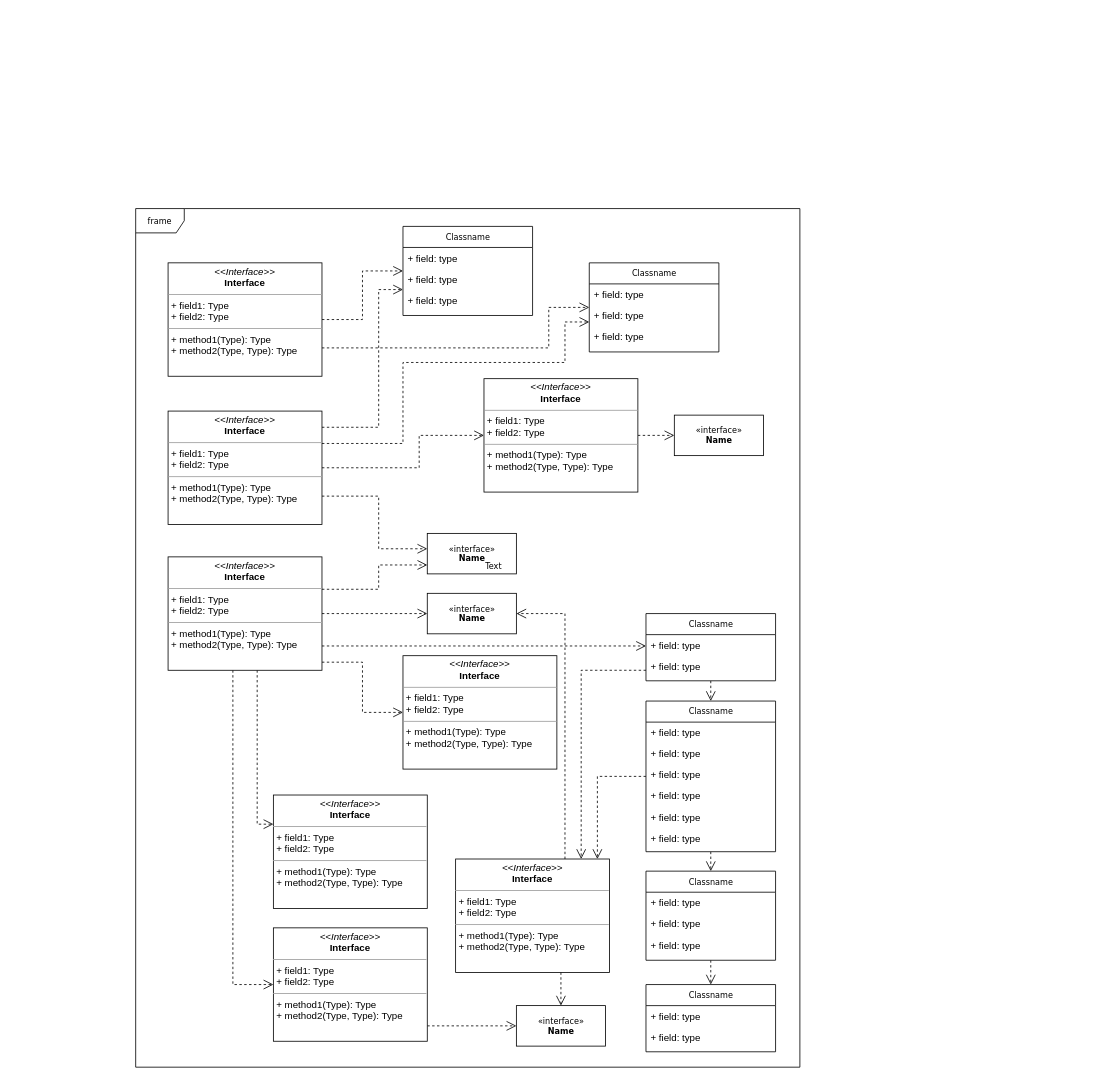
The draw.io diagram linux-kernel/tcp/Untitled Diagram.drawio in byrcoder/essay, before the edit. Source tidied: cells renumbered, new cells numbered last; positions are measured from the earlier drawing's top-left corner, leaving out a move shared by most shapes. Both pictures are drawn from the tidied source at 81%, with x=0, y=0 at pixel (135, 208).
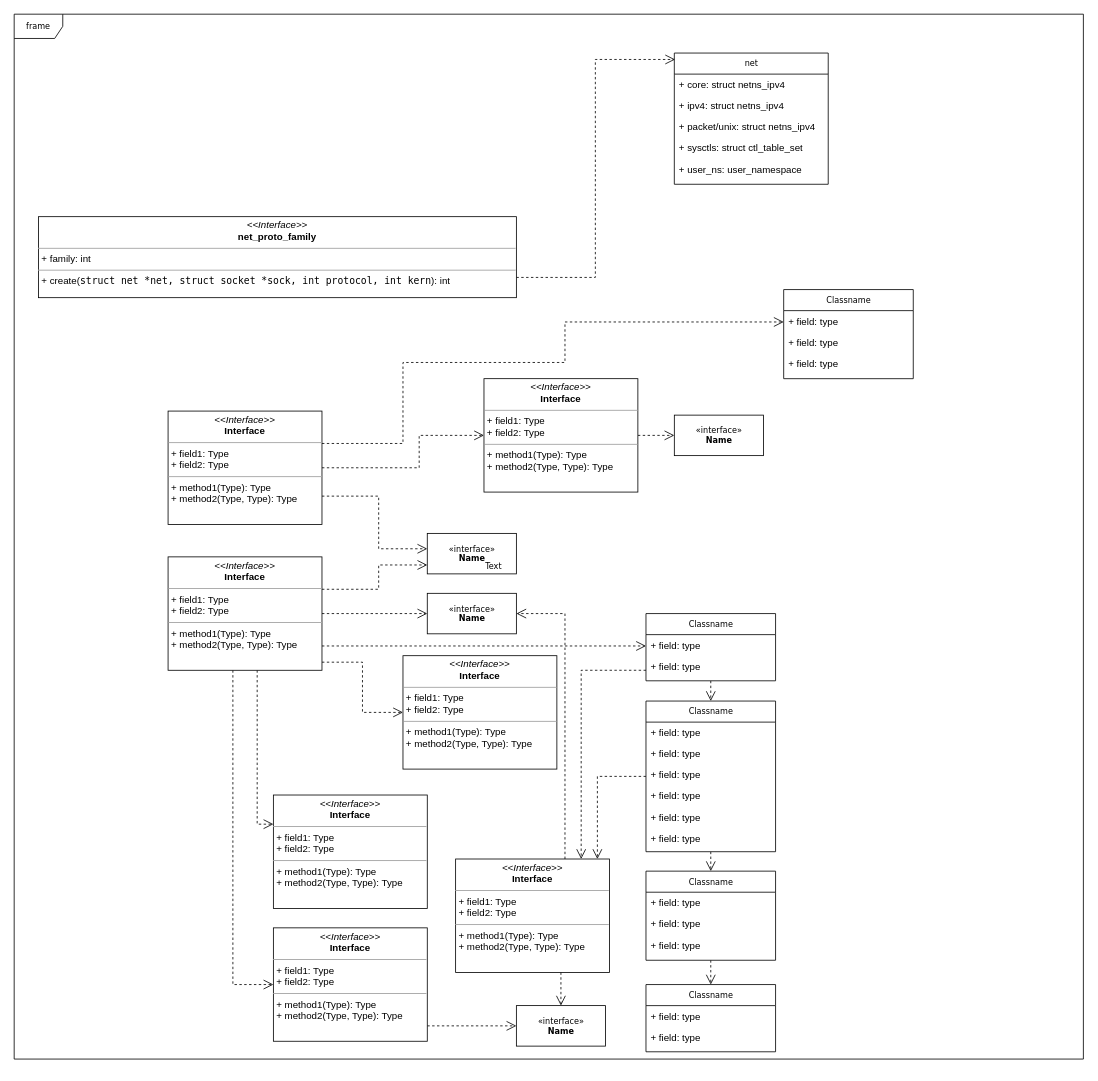
After the change.

Unchanged cells that the change refers to:
```xml
<mxCell id="53" value="&lt;p style=&quot;margin:0px;margin-top:4px;text-align:center;&quot;&gt;&lt;i&gt;&amp;lt;&amp;lt;Interface&amp;gt;&amp;gt;&lt;/i&gt;&lt;br/&gt;&lt;b&gt;Interface&lt;/b&gt;&lt;/p&gt;&lt;hr size=&quot;1&quot;/&gt;&lt;p style=&quot;margin:0px;margin-left:4px;&quot;&gt;+ field1: Type&lt;br/&gt;+ field2: Type&lt;/p&gt;&lt;hr size=&quot;1&quot;/&gt;&lt;p style=&quot;margin:0px;margin-left:4px;&quot;&gt;+ method1(Type): Type&lt;br/&gt;+ method2(Type, Type): Type&lt;/p&gt;" style="verticalAlign=top;align=left;overflow=fill;fontSize=12;fontFamily=Helvetica;html=1;rounded=0;shadow=0;comic=0;labelBackgroundColor=none;strokeWidth=1;" parent="1" vertex="1">
  <mxGeometry x="40" y="250" width="190" height="140" as="geometry" />
</mxCell>
```

Diff of the diagram source:
```diff
@@
-    <mxCell id="2" value="frame" style="shape=umlFrame;whiteSpace=wrap;html=1;rounded=0;shadow=0;comic=0;labelBackgroundColor=none;strokeWidth=1;fontFamily=Verdana;fontSize=10;align=center;" parent="1" vertex="1">
-      <mxGeometry width="820" height="1060" as="geometry" />
+    <mxCell id="2" value="frame" style="shape=umlFrame;whiteSpace=wrap;html=1;rounded=0;shadow=0;comic=0;labelBackgroundColor=none;strokeWidth=1;fontFamily=Verdana;fontSize=10;align=center;gradientColor=none;fillColor=default;" parent="1" vertex="1">
+      <mxGeometry x="-150" y="-240" width="1320" height="1290" as="geometry" />
     </mxCell>
@@
-    <mxCell id="12" value="Classname" style="swimlane;html=1;fontStyle=0;horizontal=1;startSize=26;fillColor=none;swimlaneFillColor=#ffffff;rounded=0;shadow=0;comic=0;labelBackgroundColor=none;strokeWidth=1;fontFamily=Verdana;fontSize=10;align=center;" parent="1" vertex="1">
-      <mxGeometry x="330" y="22" width="160" height="110" as="geometry" />
+    <mxCell id="12" value="net" style="swimlane;html=1;fontStyle=0;horizontal=1;startSize=26;fillColor=none;swimlaneFillColor=#ffffff;rounded=0;shadow=0;comic=0;labelBackgroundColor=none;strokeWidth=1;fontFamily=Verdana;fontSize=10;align=center;" parent="1" vertex="1">
+      <mxGeometry x="665" y="-192" width="190" height="162" as="geometry" />
     </mxCell>
-    <mxCell id="13" value="+ field: type" style="text;html=1;strokeColor=none;fillColor=none;align=left;verticalAlign=top;spacingLeft=4;spacingRight=4;whiteSpace=wrap;overflow=hidden;" parent="12" vertex="1">
-      <mxGeometry y="26" width="160" height="26" as="geometry" />
+    <mxCell id="13" value="+ core:&amp;nbsp;struct netns_ipv4&lt;br&gt;&lt;br&gt;&lt;br&gt;&lt;br&gt;&lt;br&gt;" style="text;html=1;strokeColor=none;fillColor=none;align=left;verticalAlign=top;spacingLeft=4;spacingRight=4;whiteSpace=wrap;overflow=hidden;" parent="12" vertex="1">
+      <mxGeometry y="26" width="190" height="26" as="geometry" />
     </mxCell>
+    <mxCell id="62" value="+ ipv4:&amp;nbsp;struct netns_ipv4&lt;br&gt;&lt;br&gt;&lt;br&gt;&lt;br&gt;&lt;br&gt;&lt;br&gt;" style="text;html=1;strokeColor=none;fillColor=none;align=left;verticalAlign=top;spacingLeft=4;spacingRight=4;whiteSpace=wrap;overflow=hidden;" parent="12" vertex="1">
+      <mxGeometry y="52" width="190" height="26" as="geometry" />
+    </mxCell>
+    <mxCell id="63" value="+ packet/unix:&amp;nbsp;struct netns_ipv4&lt;br&gt;&lt;br&gt;&lt;br&gt;&lt;br&gt;&lt;br&gt;" style="text;html=1;strokeColor=none;fillColor=none;align=left;verticalAlign=top;spacingLeft=4;spacingRight=4;whiteSpace=wrap;overflow=hidden;" parent="12" vertex="1">
+      <mxGeometry y="78" width="190" height="26" as="geometry" />
+    </mxCell>
-    <mxCell id="14" value="+ field: type" style="text;html=1;strokeColor=none;fillColor=none;align=left;verticalAlign=top;spacingLeft=4;spacingRight=4;whiteSpace=wrap;overflow=hidden;" parent="12" vertex="1">
-      <mxGeometry y="52" width="160" height="26" as="geometry" />
+    <mxCell id="14" value="+ sysctls:&amp;nbsp;struct ctl_table_set" style="text;html=1;strokeColor=none;fillColor=none;align=left;verticalAlign=top;spacingLeft=4;spacingRight=4;whiteSpace=wrap;overflow=hidden;" parent="12" vertex="1">
+      <mxGeometry y="104" width="190" height="26" as="geometry" />
     </mxCell>
-    <mxCell id="15" value="+ field: type" style="text;html=1;strokeColor=none;fillColor=none;align=left;verticalAlign=top;spacingLeft=4;spacingRight=4;whiteSpace=wrap;overflow=hidden;" parent="12" vertex="1">
-      <mxGeometry y="78" width="160" height="26" as="geometry" />
+    <mxCell id="15" value="+ user_ns:&amp;nbsp;user_namespace" style="text;html=1;strokeColor=none;fillColor=none;align=left;verticalAlign=top;spacingLeft=4;spacingRight=4;whiteSpace=wrap;overflow=hidden;" parent="12" vertex="1">
+      <mxGeometry y="130" width="190" height="26" as="geometry" />
     </mxCell>
     <mxCell id="16" value="Classname" style="swimlane;html=1;fontStyle=0;horizontal=1;startSize=26;fillColor=none;swimlaneFillColor=#ffffff;rounded=0;shadow=0;comic=0;labelBackgroundColor=none;strokeWidth=1;fontFamily=Verdana;fontSize=10;align=center;" parent="1" vertex="1">
-      <mxGeometry x="560" y="67" width="160" height="110" as="geometry" />
+      <mxGeometry x="800" y="100" width="160" height="110" as="geometry" />
     </mxCell>
@@
-    <mxCell id="46" style="edgeStyle=orthogonalEdgeStyle;rounded=0;html=1;labelBackgroundColor=none;startFill=0;endArrow=open;endFill=0;endSize=10;fontFamily=Verdana;fontSize=10;dashed=1;" parent="1" edge="1" source="48" target="12">
+    <mxCell id="46" style="edgeStyle=orthogonalEdgeStyle;rounded=0;html=1;labelBackgroundColor=none;startFill=0;endArrow=open;endFill=0;endSize=10;fontFamily=Verdana;fontSize=10;dashed=1;exitX=1;exitY=0.75;exitDx=0;exitDy=0;entryX=0.005;entryY=0.049;entryDx=0;entryDy=0;entryPerimeter=0;" parent="1" edge="1" source="48" target="12">
       <mxGeometry relative="1" as="geometry" />
     </mxCell>
-    <mxCell id="47" style="edgeStyle=orthogonalEdgeStyle;rounded=0;html=1;exitX=1;exitY=0.75;dashed=1;labelBackgroundColor=none;startFill=0;endArrow=open;endFill=0;endSize=10;fontFamily=Verdana;fontSize=10;" parent="1" edge="1" source="48" target="16">
-      <mxGeometry relative="1" as="geometry">
-        <Array as="points">
-          <mxPoint x="510" y="172" />
-          <mxPoint x="510" y="122" />
-        </Array>
-      </mxGeometry>
-    </mxCell>
-    <mxCell id="48" value="&lt;p style=&quot;margin:0px;margin-top:4px;text-align:center;&quot;&gt;&lt;i&gt;&amp;lt;&amp;lt;Interface&amp;gt;&amp;gt;&lt;/i&gt;&lt;br/&gt;&lt;b&gt;Interface&lt;/b&gt;&lt;/p&gt;&lt;hr size=&quot;1&quot;/&gt;&lt;p style=&quot;margin:0px;margin-left:4px;&quot;&gt;+ field1: Type&lt;br/&gt;+ field2: Type&lt;/p&gt;&lt;hr size=&quot;1&quot;/&gt;&lt;p style=&quot;margin:0px;margin-left:4px;&quot;&gt;+ method1(Type): Type&lt;br/&gt;+ method2(Type, Type): Type&lt;/p&gt;" style="verticalAlign=top;align=left;overflow=fill;fontSize=12;fontFamily=Helvetica;html=1;rounded=0;shadow=0;comic=0;labelBackgroundColor=none;strokeWidth=1;" parent="1" vertex="1">
-      <mxGeometry x="40" y="67" width="190" height="140" as="geometry" />
+    <mxCell id="48" value="&lt;p style=&quot;margin: 0px ; margin-top: 4px ; text-align: center&quot;&gt;&lt;i&gt;&amp;lt;&amp;lt;Interface&amp;gt;&amp;gt;&lt;/i&gt;&lt;br&gt;&lt;b&gt;net_proto_family&lt;/b&gt;&lt;/p&gt;&lt;hr size=&quot;1&quot;&gt;&lt;p style=&quot;margin: 0px ; margin-left: 4px&quot;&gt;+ family: int&lt;br&gt;&lt;/p&gt;&lt;hr size=&quot;1&quot;&gt;&lt;p style=&quot;margin: 0px ; margin-left: 4px&quot;&gt;&lt;font style=&quot;font-size: 12px&quot;&gt;+ create(&lt;/font&gt;&lt;span&gt;&lt;font face=&quot;menlo, monaco, courier new, monospace&quot;&gt;struct net *net, struct socket *sock,&amp;nbsp;&lt;/font&gt;&lt;/span&gt;&lt;font face=&quot;menlo, monaco, courier new, monospace&quot;&gt;int protocol, int kern&lt;/font&gt;&lt;span&gt;): int&lt;/span&gt;&lt;/p&gt;" style="verticalAlign=top;align=left;overflow=fill;fontSize=12;fontFamily=Helvetica;html=1;rounded=0;shadow=0;comic=0;labelBackgroundColor=none;strokeWidth=1;" parent="1" vertex="1">
+      <mxGeometry x="-120" y="10" width="590" height="100" as="geometry" />
     </mxCell>
-    <mxCell id="49" style="edgeStyle=orthogonalEdgeStyle;rounded=0;html=1;dashed=1;labelBackgroundColor=none;startFill=0;endArrow=open;endFill=0;endSize=10;fontFamily=Verdana;fontSize=10;" parent="1" edge="1" source="53" target="12">
-      <mxGeometry relative="1" as="geometry">
-        <Array as="points">
-          <mxPoint x="300" y="270" />
-          <mxPoint x="300" y="100" />
-        </Array>
-      </mxGeometry>
-    </mxCell>
```
